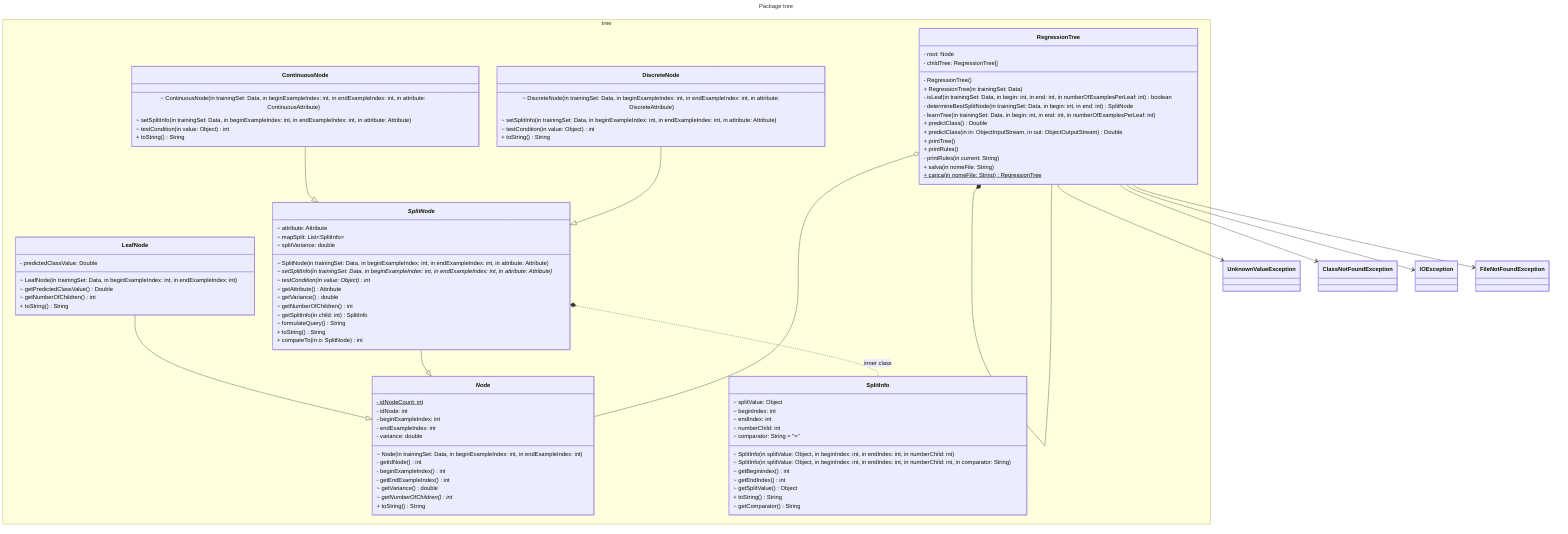
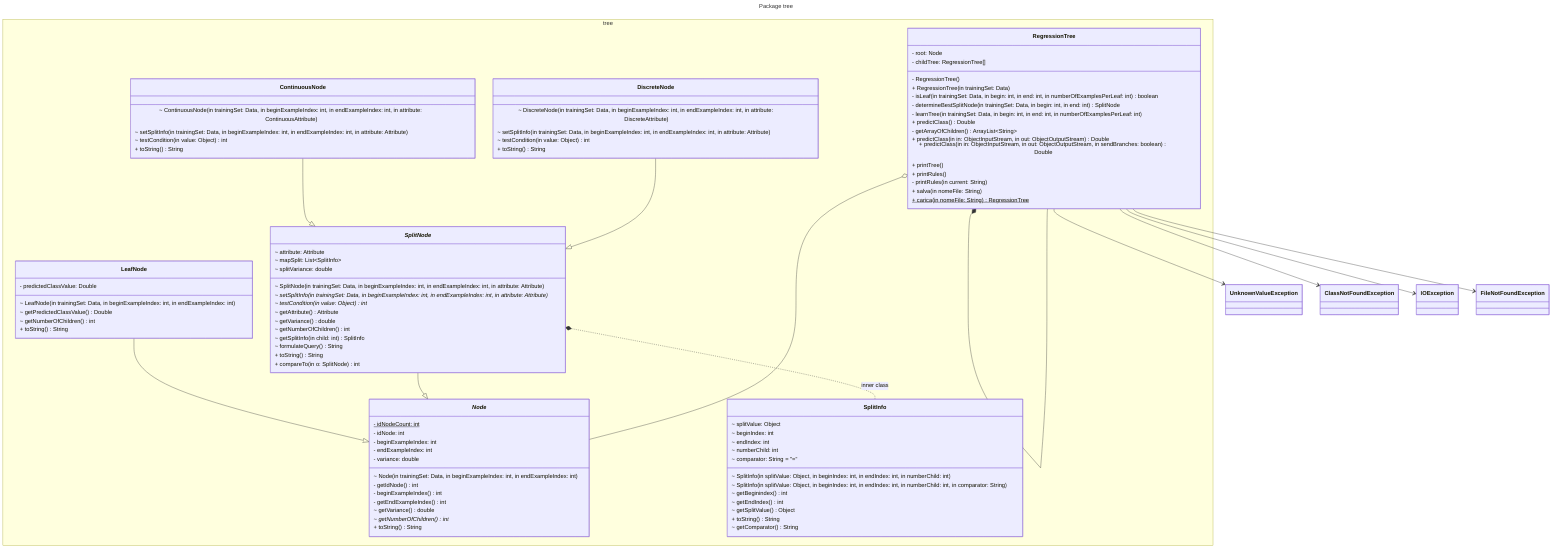
---
title: Package tree
---
classDiagram
namespace tree {
  class Node
  class SplitNode
  class SplitInfo
  class DiscreteNode
  class ContinuousNode
  class LeafNode
  class RegressionTree
}

class Node["<i>Node</i>"] {
  - idNodeCount: int $
  - idNode: int
  - beginExampleIndex: int
  - endExampleIndex: int
  - variance: double
  ~ Node(in trainingSet: Data, in beginExampleIndex: int, in endExampleIndex: int)
  - getIdNode() int
  - beginExampleIndex() int
  - getEndExampleIndex() int
  ~ getVariance() double
  ~ getNumberOfChildren()* int
  + toString() String
}

class LeafNode {
  - predictedClassValue: Double
  ~ LeafNode(in trainingSet: Data, in beginExampleIndex: int, in endExampleIndex: int)
  ~ getPredictedClassValue() Double
  ~ getNumberOfChildren() int
  + toString() String
}

class DiscreteNode {
  ~ DiscreteNode(in trainingSet: Data, in beginExampleIndex: int, in endExampleIndex: int, in attribute: DiscreteAttribute)
  ~ setSplitInfo(in trainingSet: Data, in beginExampleIndex: int, in endExampleIndex: int, in attribute: Attribute)
  ~ testCondition(in value: Object) int
  + toString() String
}

class SplitNode["<i>SplitNode</i>"] {
  ~ attribute: Attribute
  ~ mapSplit: List~SplitInfo~
  ~ splitVariance: double
  ~ SplitNode(in trainingSet: Data, in beginExampleIndex: int, in endExampleIndex: int, in attribute: Attribute)
  ~ setSplitInfo(in trainingSet: Data, in beginExampleIndex: int, in endExampleIndex: int, in attribute: Attribute)*
  ~ testCondition(in value: Object)* int
  ~ getAttribute() Attribute
  ~ getVariance() double
  ~ getNumberOfChildren() int
  ~ getSplitInfo(in child: int) SplitInfo
  ~ formulateQuery() String
  + toString() String
  + compareTo(in o: SplitNode) int
}

class SplitInfo {
  ~ splitValue: Object
  ~ beginIndex: int
  ~ endIndex: int
  ~ numberChild: int
  ~ comparator: String = "="
  ~ SplitInfo(in splitValue: Object, in beginIndex: int, in endIndex: int, in numberChild: int)
  ~ SplitInfo(in splitValue: Object, in beginIndex: int, in endIndex: int, in numberChild: int, in comparator: String)
  ~ getBeginindex() int
  ~ getEndIndex() int
  ~ getSplitValue() Object
  + toString() String
  ~ getComparator() String
}

class ContinuousNode {
  ~ ContinuousNode(in trainingSet: Data, in beginExampleIndex: int, in endExampleIndex: int, in attribute: ContinuousAttribute)
  ~ setSplitInfo(in trainingSet: Data, in beginExampleIndex: int, in endExampleIndex: int, in attribute: Attribute)
  ~ testCondition(in value: Object) int
  + toString() String
}

class RegressionTree {
  - root: Node
  - childTree: RegressionTree[]
  - RegressionTree()
  + RegressionTree(in trainingSet: Data)
  - isLeaf(in trainingSet: Data, in begin: int, in end: int, in numberOfExamplesPerLeaf: int) boolean
  - determineBestSplitNode(in trainingSet: Data, in begin: int, in end: int) SplitNode
  - learnTree(in trainingSet: Data, in begin: int, in end: int, in numberOfExamplesPerLeaf: int)
  + predictClass() Double
+   - getArrayOfChildren() ArrayList~String~
  + predictClass(in in: ObjectInputStream, in out: ObjectOutputStream) Double
+   + predictClass(in in: ObjectInputStream, in out: ObjectOutputStream, in sendBranches: boolean) Double
  + printTree()
  + printRules()
  - printRules(in current: String)
  + salva(in nomeFile: String)
  + carica(in nomeFile: String) RegressionTree$
}

LeafNode --|> Node
SplitNode --|> Node
ContinuousNode --|> SplitNode
DiscreteNode --|> SplitNode

SplitNode *.. SplitInfo : inner class

RegressionTree o-- Node
RegressionTree *-- RegressionTree
RegressionTree --> UnknownValueException
RegressionTree --> ClassNotFoundException
RegressionTree --> IOException
RegressionTree --> FileNotFoundException
